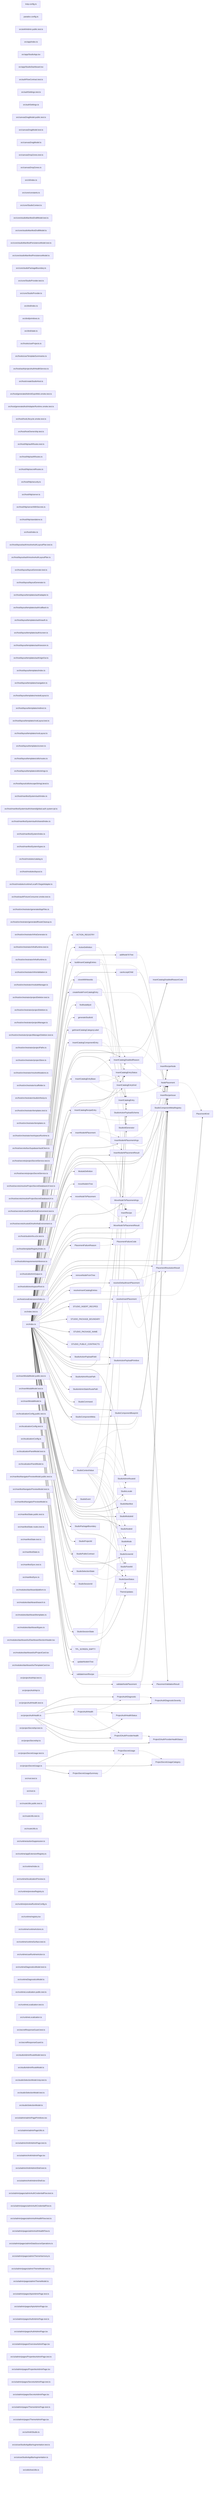
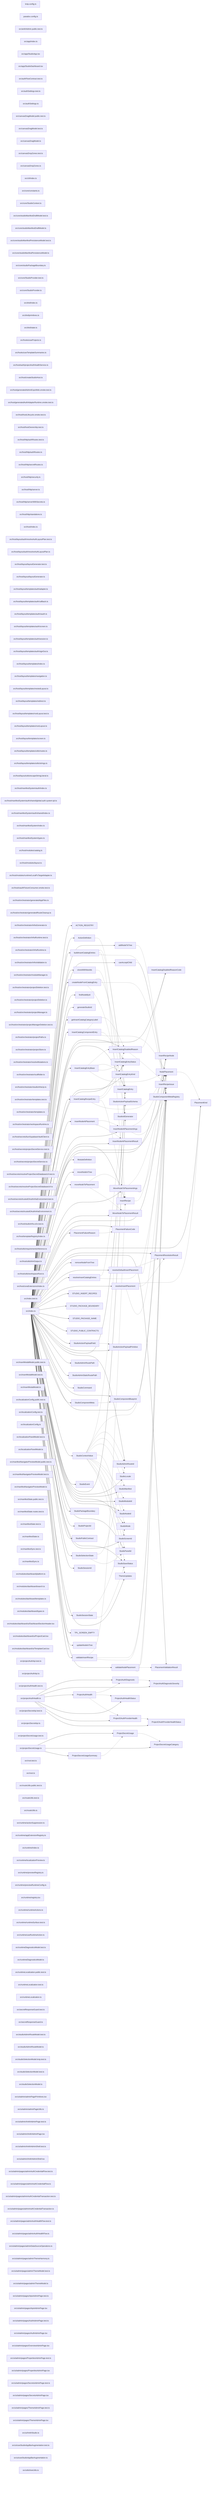
graph LR
  module_knip_config_ts["knip.config.ts"]
  module_paradox_config_ts["paradox.config.ts"]
  module_src_ankhAdmin_public_test_ts["src/ankhAdmin.public.test.ts"]
  module_src_app_index_ts["src/app/index.ts"]
  module_src_app_StudioApp_tsx["src/app/StudioApp.tsx"]
  module_src_app_StudioDashboard_tsx["src/app/StudioDashboard.tsx"]
  module_src_authFlowContract_test_ts["src/authFlowContract.test.ts"]
  module_src_authSettings_test_ts["src/authSettings.test.ts"]
  module_src_authSettings_ts["src/authSettings.ts"]
  module_src_canvasDragModel_public_test_ts["src/canvasDragModel.public.test.ts"]
  module_src_canvasDragModel_test_ts["src/canvasDragModel.test.ts"]
  module_src_canvasDragModel_ts["src/canvasDragModel.ts"]
  module_src_canvasDropZones_test_ts["src/canvasDropZones.test.ts"]
  module_src_canvasDropZones_ts["src/canvasDropZones.ts"]
  module_src_cli_index_ts["src/cli/index.ts"]
  module_src_core_constants_ts["src/core/constants.ts"]
  module_src_core_StudioContext_ts["src/core/StudioContext.ts"]
  module_src_core_studioManifestDraftModel_test_ts["src/core/studioManifestDraftModel.test.ts"]
  module_src_core_studioManifestDraftModel_ts["src/core/studioManifestDraftModel.ts"]
  module_src_core_studioManifestPersistenceModel_test_ts["src/core/studioManifestPersistenceModel.test.ts"]
  module_src_core_studioManifestPersistenceModel_ts["src/core/studioManifestPersistenceModel.ts"]
  module_src_core_studioPackageBoundary_ts["src/core/studioPackageBoundary.ts"]
  module_src_core_StudioProvider_test_ts["src/core/StudioProvider.test.ts"]
  module_src_core_StudioProvider_ts["src/core/StudioProvider.ts"]
  module_src_dnd_index_ts["src/dnd/index.ts"]
  module_src_dnd_primitives_ts["src/dnd/primitives.ts"]
  module_src_dnd_state_ts["src/dnd/state.ts"]
  module_src_hooks_useProjects_ts["src/hooks/useProjects.ts"]
  module_src_hooks_useTemplateSummaries_ts["src/hooks/useTemplateSummaries.ts"]
  module_src_host_auth_projectAuthHealthService_ts["src/host/auth/projectAuthHealthService.ts"]
  module_src_host_createStudioHost_ts["src/host/createStudioHost.ts"]
  module_src_host_generatedAdminExpoWeb_smoke_test_ts["src/host/generatedAdminExpoWeb.smoke.test.ts"]
  module_src_host_generatedAuthAdapterRuntime_smoke_test_ts["src/host/generatedAuthAdapterRuntime.smoke.test.ts"]
  module_src_host_hostLifecycle_smoke_test_ts["src/host/hostLifecycle.smoke.test.ts"]
  module_src_host_hostOwnership_test_ts["src/host/hostOwnership.test.ts"]
  module_src_host_http_authRoutes_test_ts["src/host/http/authRoutes.test.ts"]
  module_src_host_http_authRoutes_ts["src/host/http/authRoutes.ts"]
  module_src_host_http_secretRoutes_ts["src/host/http/secretRoutes.ts"]
  module_src_host_http_security_ts["src/host/http/security.ts"]
  module_src_host_http_server_ts["src/host/http/server.ts"]
  module_src_host_http_serverWithSecrets_ts["src/host/http/serverWithSecrets.ts"]
  module_src_host_http_standalone_ts["src/host/http/standalone.ts"]
  module_src_host_index_ts["src/host/index.ts"]
  module_src_host_layout_auth_resolveAuthLayoutPlan_test_ts["src/host/layout/auth/resolveAuthLayoutPlan.test.ts"]
  module_src_host_layout_auth_resolveAuthLayoutPlan_ts["src/host/layout/auth/resolveAuthLayoutPlan.ts"]
  module_src_host_layout_layoutGenerator_test_ts["src/host/layout/layoutGenerator.test.ts"]
  module_src_host_layout_layoutGenerator_ts["src/host/layout/layoutGenerator.ts"]
  module_src_host_layout_templates_auth_adapter_ts["src/host/layout/templates/auth/adapter.ts"]
  module_src_host_layout_templates_auth_callback_ts["src/host/layout/templates/auth/callback.ts"]
  module_src_host_layout_templates_auth_oauth_ts["src/host/layout/templates/auth/oauth.ts"]
  module_src_host_layout_templates_auth_screen_ts["src/host/layout/templates/auth/screen.ts"]
  module_src_host_layout_templates_auth_session_ts["src/host/layout/templates/auth/session.ts"]
  module_src_host_layout_templates_auth_signOut_ts["src/host/layout/templates/auth/signOut.ts"]
  module_src_host_layout_templates_index_ts["src/host/layout/templates/index.ts"]
  module_src_host_layout_templates_navigation_ts["src/host/layout/templates/navigation.ts"]
  module_src_host_layout_templates_nestedLayout_ts["src/host/layout/templates/nestedLayout.ts"]
  module_src_host_layout_templates_redirect_ts["src/host/layout/templates/redirect.ts"]
  module_src_host_layout_templates_rootLayout_test_ts["src/host/layout/templates/rootLayout.test.ts"]
  module_src_host_layout_templates_rootLayout_ts["src/host/layout/templates/rootLayout.ts"]
  module_src_host_layout_templates_screen_ts["src/host/layout/templates/screen.ts"]
  module_src_host_layout_templates_utils_routes_ts["src/host/layout/templates/utils/routes.ts"]
  module_src_host_layout_templates_utils_strings_ts["src/host/layout/templates/utils/strings.ts"]
  module_src_host_layout_utils_escapeStringLiteral_ts["src/host/layout/utils/escapeStringLiteral.ts"]
  module_src_host_manifestSystem_auth_index_ts["src/host/manifestSystem/auth/index.ts"]
  module_src_host_manifestSystem_auth_shared_global_auth_system_tpl_ts["src/host/manifestSystem/auth/shared/global.auth.system.tpl.ts"]
  module_src_host_manifestSystem_auth_shared_index_ts["src/host/manifestSystem/auth/shared/index.ts"]
  module_src_host_manifestSystem_index_ts["src/host/manifestSystem/index.ts"]
  module_src_host_manifestSystem_types_ts["src/host/manifestSystem/types.ts"]
  module_src_host_modules_catalog_ts["src/host/modules/catalog.ts"]
  module_src_host_modules_layout_ts["src/host/modules/layout.ts"]
  module_src_host_modules_runtime_LocalFsTargetAdapter_ts["src/host/modules/runtime/LocalFsTargetAdapter.ts"]
  module_src_host_oauthFixtureConsumer_smoke_test_ts["src/host/oauthFixtureConsumer.smoke.test.ts"]
  module_src_host_orchestrator_generatedAppFiles_ts["src/host/orchestrator/generatedAppFiles.ts"]
  module_src_host_orchestrator_generatedRouteCleanup_ts["src/host/orchestrator/generatedRouteCleanup.ts"]
  module_src_host_orchestrator_infraGenerator_ts["src/host/orchestrator/infraGenerator.ts"]
  module_src_host_orchestrator_infraRuntime_test_ts["src/host/orchestrator/infraRuntime.test.ts"]
  module_src_host_orchestrator_infraRuntime_ts["src/host/orchestrator/infraRuntime.ts"]
  module_src_host_orchestrator_infraValidation_ts["src/host/orchestrator/infraValidation.ts"]
  module_src_host_orchestrator_moduleManager_ts["src/host/orchestrator/moduleManager.ts"]
  module_src_host_orchestrator_projectDeletion_test_ts["src/host/orchestrator/projectDeletion.test.ts"]
  module_src_host_orchestrator_projectDeletion_ts["src/host/orchestrator/projectDeletion.ts"]
  module_src_host_orchestrator_projectManager_ts["src/host/orchestrator/projectManager.ts"]
  module_src_host_orchestrator_projectManagerDeletion_test_ts["src/host/orchestrator/projectManagerDeletion.test.ts"]
  module_src_host_orchestrator_projectPaths_ts["src/host/orchestrator/projectPaths.ts"]
  module_src_host_orchestrator_projectStore_ts["src/host/orchestrator/projectStore.ts"]
  module_src_host_orchestrator_resolveMutations_ts["src/host/orchestrator/resolveMutations.ts"]
  module_src_host_orchestrator_scaffolder_ts["src/host/orchestrator/scaffolder.ts"]
  module_src_host_orchestrator_studioInfraUp_ts["src/host/orchestrator/studioInfraUp.ts"]
  module_src_host_orchestrator_templates_test_ts["src/host/orchestrator/templates.test.ts"]
  module_src_host_orchestrator_templates_ts["src/host/orchestrator/templates.ts"]
  module_src_host_orchestrator_workspaceRuntime_ts["src/host/orchestrator/workspaceRuntime.ts"]
  module_src_host_secrets_bunSupabaseVaultClient_ts["src/host/secrets/bunSupabaseVaultClient.ts"]
  module_src_host_secrets_projectSecretService_test_ts["src/host/secrets/projectSecretService.test.ts"]
  module_src_host_secrets_projectSecretService_ts["src/host/secrets/projectSecretService.ts"]
  module_src_host_secrets_resolveProjectSecretDatabaseUrl_test_ts["src/host/secrets/resolveProjectSecretDatabaseUrl.test.ts"]
  module_src_host_secrets_resolveProjectSecretDatabaseUrl_ts["src/host/secrets/resolveProjectSecretDatabaseUrl.ts"]
  module_src_host_secrets_trustedOAuthInfraEnvironment_test_ts["src/host/secrets/trustedOAuthInfraEnvironment.test.ts"]
  module_src_host_secrets_trustedOAuthInfraEnvironment_ts["src/host/secrets/trustedOAuthInfraEnvironment.ts"]
  module_src_host_studioInfra_e2e_test_ts["src/host/studioInfra.e2e.test.ts"]
  module_src_host_templateRegistry_index_ts["src/host/templateRegistry/index.ts"]
  module_src_host_utils_requirementsInference_ts["src/host/utils/requirementsInference.ts"]
  module_src_host_utils_trimOutput_ts["src/host/utils/trimOutput.ts"]
  module_src_host_utils_workspaceRoot_ts["src/host/utils/workspaceRoot.ts"]
  module_src_host_zoraExtensions_index_ts["src/host/zoraExtensions/index.ts"]
  module_src_index_test_ts["src/index.test.ts"]
  module_src_index_ts["src/index.ts"]
  module_src_insertModalModel_public_test_ts["src/insertModalModel.public.test.ts"]
  module_src_insertModalModel_test_ts["src/insertModalModel.test.ts"]
  module_src_insertModalModel_ts["src/insertModalModel.ts"]
  module_src_localizationConfig_public_test_ts["src/localizationConfig.public.test.ts"]
  module_src_localizationConfig_test_ts["src/localizationConfig.test.ts"]
  module_src_localizationConfig_ts["src/localizationConfig.ts"]
  module_src_localizationPanelModel_test_ts["src/localizationPanelModel.test.ts"]
  module_src_localizationPanelModel_ts["src/localizationPanelModel.ts"]
  module_src_manifestNavigatorPreviewModel_public_test_ts["src/manifestNavigatorPreviewModel.public.test.ts"]
  module_src_manifestNavigatorPreviewModel_test_ts["src/manifestNavigatorPreviewModel.test.ts"]
  module_src_manifestNavigatorPreviewModel_ts["src/manifestNavigatorPreviewModel.ts"]
  module_src_manifestState_public_test_ts["src/manifestState.public.test.ts"]
  module_src_manifestState_routes_test_ts["src/manifestState.routes.test.ts"]
  module_src_manifestState_test_ts["src/manifestState.test.ts"]
  module_src_manifestState_ts["src/manifestState.ts"]
  module_src_manifestSync_test_ts["src/manifestSync.test.ts"]
  module_src_manifestSync_ts["src/manifestSync.ts"]
  module_src_modules_dashboard_platform_ts["src/modules/dashboard/platform.ts"]
  module_src_modules_dashboard_search_ts["src/modules/dashboard/search.ts"]
  module_src_modules_dashboard_templates_ts["src/modules/dashboard/templates.ts"]
  module_src_modules_dashboard_types_ts["src/modules/dashboard/types.ts"]
  module_src_modules_dashboard_ui_DashboardSectionHeader_tsx["src/modules/dashboard/ui/DashboardSectionHeader.tsx"]
  module_src_modules_dashboard_ui_ProjectCard_tsx["src/modules/dashboard/ui/ProjectCard.tsx"]
  module_src_modules_dashboard_ui_TemplateCard_tsx["src/modules/dashboard/ui/TemplateCard.tsx"]
  module_src_projectAuthApi_test_ts["src/projectAuthApi.test.ts"]
  module_src_projectAuthApi_ts["src/projectAuthApi.ts"]
  module_src_projectAuthHealth_test_ts["src/projectAuthHealth.test.ts"]
  module_src_projectAuthHealth_ts["src/projectAuthHealth.ts"]
  module_src_projectSecretApi_test_ts["src/projectSecretApi.test.ts"]
  module_src_projectSecretApi_ts["src/projectSecretApi.ts"]
  module_src_projectSecretUsage_test_ts["src/projectSecretUsage.test.ts"]
  module_src_projectSecretUsage_ts["src/projectSecretUsage.ts"]
  module_src_root_test_ts["src/root.test.ts"]
  module_src_root_ts["src/root.ts"]
  module_src_routeUtils_public_test_ts["src/routeUtils.public.test.ts"]
  module_src_routeUtils_test_ts["src/routeUtils.test.ts"]
  module_src_routeUtils_ts["src/routeUtils.ts"]
  module_src_runtime_actionSuppression_ts["src/runtime/actionSuppression.ts"]
  module_src_runtime_appExtensionRegistry_ts["src/runtime/appExtensionRegistry.ts"]
  module_src_runtime_index_ts["src/runtime/index.ts"]
  module_src_runtime_localizationPreview_ts["src/runtime/localizationPreview.ts"]
  module_src_runtime_previewRegistry_ts["src/runtime/previewRegistry.ts"]
  module_src_runtime_previewRuntimeConfig_ts["src/runtime/previewRuntimeConfig.ts"]
  module_src_runtime_registry_tsx["src/runtime/registry.tsx"]
  module_src_runtime_runtimeActions_ts["src/runtime/runtimeActions.ts"]
  module_src_runtime_runtimeSurface_test_ts["src/runtime/runtimeSurface.test.ts"]
  module_src_runtime_useRuntimeAction_ts["src/runtime/useRuntimeAction.ts"]
  module_src_runtimeDiagnosticsModel_test_ts["src/runtimeDiagnosticsModel.test.ts"]
  module_src_runtimeDiagnosticsModel_ts["src/runtimeDiagnosticsModel.ts"]
  module_src_runtimeLocalization_public_test_ts["src/runtimeLocalization.public.test.ts"]
  module_src_runtimeLocalization_test_ts["src/runtimeLocalization.test.ts"]
  module_src_runtimeLocalization_ts["src/runtimeLocalization.ts"]
  module_src_secretResponseGuard_test_ts["src/secretResponseGuard.test.ts"]
  module_src_secretResponseGuard_ts["src/secretResponseGuard.ts"]
  module_src_studioAdminRouteModel_test_ts["src/studioAdminRouteModel.test.ts"]
  module_src_studioAdminRouteModel_ts["src/studioAdminRouteModel.ts"]
  module_src_studioSelectionModel_knip_test_ts["src/studioSelectionModel.knip.test.ts"]
  module_src_studioSelectionModel_test_ts["src/studioSelectionModel.test.ts"]
  module_src_studioSelectionModel_ts["src/studioSelectionModel.ts"]
  module_src_ui_admin_adminPagePrimitives_tsx["src/ui/admin/adminPagePrimitives.tsx"]
  module_src_ui_admin_adminPageUtils_ts["src/ui/admin/adminPageUtils.ts"]
  module_src_ui_admin_AnkhAdminPage_test_ts["src/ui/admin/AnkhAdminPage.test.ts"]
  module_src_ui_admin_AnkhAdminPage_tsx["src/ui/admin/AnkhAdminPage.tsx"]
  module_src_ui_admin_AnkhAdminShell_test_ts["src/ui/admin/AnkhAdminShell.test.ts"]
  module_src_ui_admin_AnkhAdminShell_tsx["src/ui/admin/AnkhAdminShell.tsx"]
  module_src_ui_admin_pages_adminAuthCredentialFlow_test_ts["src/ui/admin/pages/adminAuthCredentialFlow.test.ts"]
  module_src_ui_admin_pages_adminAuthCredentialFlow_ts["src/ui/admin/pages/adminAuthCredentialFlow.ts"]
+   module_src_ui_admin_pages_adminAuthCredentialTransaction_test_ts["src/ui/admin/pages/adminAuthCredentialTransaction.test.ts"]
+   module_src_ui_admin_pages_adminAuthCredentialTransaction_ts["src/ui/admin/pages/adminAuthCredentialTransaction.ts"]
  module_src_ui_admin_pages_adminAuthHealthFlow_test_ts["src/ui/admin/pages/adminAuthHealthFlow.test.ts"]
  module_src_ui_admin_pages_adminAuthHealthFlow_ts["src/ui/admin/pages/adminAuthHealthFlow.ts"]
  module_src_ui_admin_pages_adminDataSourceOperations_ts["src/ui/admin/pages/adminDataSourceOperations.ts"]
  module_src_ui_admin_pages_adminThemeHarmony_ts["src/ui/admin/pages/adminThemeHarmony.ts"]
  module_src_ui_admin_pages_adminThemeModel_test_ts["src/ui/admin/pages/adminThemeModel.test.ts"]
  module_src_ui_admin_pages_adminThemeModel_ts["src/ui/admin/pages/adminThemeModel.ts"]
  module_src_ui_admin_pages_ApisAdminPage_test_ts["src/ui/admin/pages/ApisAdminPage.test.ts"]
  module_src_ui_admin_pages_ApisAdminPage_tsx["src/ui/admin/pages/ApisAdminPage.tsx"]
  module_src_ui_admin_pages_AuthAdminPage_test_ts["src/ui/admin/pages/AuthAdminPage.test.ts"]
  module_src_ui_admin_pages_AuthAdminPage_tsx["src/ui/admin/pages/AuthAdminPage.tsx"]
  module_src_ui_admin_pages_OverviewAdminPage_tsx["src/ui/admin/pages/OverviewAdminPage.tsx"]
  module_src_ui_admin_pages_PropertiesAdminPage_test_ts["src/ui/admin/pages/PropertiesAdminPage.test.ts"]
  module_src_ui_admin_pages_PropertiesAdminPage_tsx["src/ui/admin/pages/PropertiesAdminPage.tsx"]
  module_src_ui_admin_pages_SecretsAdminPage_test_ts["src/ui/admin/pages/SecretsAdminPage.test.ts"]
  module_src_ui_admin_pages_SecretsAdminPage_tsx["src/ui/admin/pages/SecretsAdminPage.tsx"]
  module_src_ui_admin_pages_ThemeAdminPage_test_ts["src/ui/admin/pages/ThemeAdminPage.test.ts"]
  module_src_ui_admin_pages_ThemeAdminPage_tsx["src/ui/admin/pages/ThemeAdminPage.tsx"]
  module_src_ui_AnkhStudio_ts["src/ui/AnkhStudio.ts"]
  module_src_ui_useStudioAppBarAugmentation_test_ts["src/ui/useStudioAppBarAugmentation.test.ts"]
  module_src_ui_useStudioAppBarAugmentation_ts["src/ui/useStudioAppBarAugmentation.ts"]
  module_src_utils_treeUtils_ts["src/utils/treeUtils.ts"]
  export_ACTION_REGISTRY["ACTION_REGISTRY"]
  module_src_index_ts --> export_ACTION_REGISTRY
  export_ActionDefinition["ActionDefinition"]
  module_src_index_ts --> export_ActionDefinition
  export_ActionDefinition -.-> export_StudioActionPayloadSchema
  export_addNodeToTree["addNodeToTree"]
  module_src_index_ts --> export_addNodeToTree
  export_addNodeToTree -.-> export_StudioComponentMetaRegistry
  export_buildInsertCatalogEntries["buildInsertCatalogEntries"]
  module_src_index_ts --> export_buildInsertCatalogEntries
  export_buildInsertCatalogEntries -.-> export_InsertCatalogEntry
  export_buildInsertCatalogEntries -.-> export_InsertRecipe
  export_buildInsertCatalogEntries -.-> export_StudioComponentMetaRegistry
  export_canAcceptChild["canAcceptChild"]
  module_src_index_ts --> export_canAcceptChild
  export_canAcceptChild -.-> export_StudioComponentMetaRegistry
  export_cloneWithNewIds["cloneWithNewIds"]
  module_src_index_ts --> export_cloneWithNewIds
  export_cloneWithNewIds -.-> export_StudioIdGenerator
  export_createNodeFromCatalogEntry["createNodeFromCatalogEntry"]
  module_src_index_ts --> export_createNodeFromCatalogEntry
  export_createNodeFromCatalogEntry -.-> export_InsertCatalogEntry
  export_createNodeFromCatalogEntry -.-> export_StudioComponentMetaRegistry
  export_createNodeFromCatalogEntry -.-> export_StudioIdGenerator
  export_findNodeById["findNodeById"]
  module_src_index_ts --> export_findNodeById
  export_generateStudioId["generateStudioId"]
  module_src_index_ts --> export_generateStudioId
  export_getInsertCatalogCategoryLabel["getInsertCatalogCategoryLabel"]
  module_src_index_ts --> export_getInsertCatalogCategoryLabel
  export_InsertCatalogComponentEntry["InsertCatalogComponentEntry"]
  module_src_index_ts --> export_InsertCatalogComponentEntry
  export_InsertCatalogComponentEntry -.-> export_InsertCatalogDisabledReason
  export_InsertCatalogComponentEntry -.-> export_InsertCatalogEntryStatus
  export_InsertCatalogComponentEntry -.-> export_NodePlacement
  export_InsertCatalogDisabledReason["InsertCatalogDisabledReason"]
  module_src_index_ts --> export_InsertCatalogDisabledReason
  export_InsertCatalogDisabledReason -.-> export_InsertCatalogDisabledReasonCode
  export_InsertCatalogDisabledReason -.-> export_InsertRecipeIssue
  export_InsertCatalogDisabledReasonCode["InsertCatalogDisabledReasonCode"]
  module_src_index_ts --> export_InsertCatalogDisabledReasonCode
  export_InsertCatalogEntry["InsertCatalogEntry"]
  module_src_index_ts --> export_InsertCatalogEntry
  export_InsertCatalogEntryBase["InsertCatalogEntryBase"]
  module_src_index_ts --> export_InsertCatalogEntryBase
  export_InsertCatalogEntryBase -.-> export_InsertCatalogDisabledReason
  export_InsertCatalogEntryBase -.-> export_InsertCatalogEntryKind
  export_InsertCatalogEntryBase -.-> export_InsertCatalogEntryStatus
  export_InsertCatalogEntryBase -.-> export_NodePlacement
  export_InsertCatalogEntryKind["InsertCatalogEntryKind"]
  module_src_index_ts --> export_InsertCatalogEntryKind
  export_InsertCatalogEntryStatus["InsertCatalogEntryStatus"]
  module_src_index_ts --> export_InsertCatalogEntryStatus
  export_InsertCatalogRecipeEntry["InsertCatalogRecipeEntry"]
  module_src_index_ts --> export_InsertCatalogRecipeEntry
  export_InsertCatalogRecipeEntry -.-> export_InsertCatalogDisabledReason
  export_InsertCatalogRecipeEntry -.-> export_InsertCatalogEntryStatus
  export_InsertCatalogRecipeEntry -.-> export_InsertRecipe
  export_InsertCatalogRecipeEntry -.-> export_NodePlacement
  export_insertNodeAtPlacement["insertNodeAtPlacement"]
  module_src_index_ts --> export_insertNodeAtPlacement
  export_insertNodeAtPlacement -.-> export_InsertNodeAtPlacementArgs
  export_insertNodeAtPlacement -.-> export_InsertNodeAtPlacementResult
  export_InsertNodeAtPlacementArgs["InsertNodeAtPlacementArgs"]
  module_src_index_ts --> export_InsertNodeAtPlacementArgs
  export_InsertNodeAtPlacementArgs -.-> export_NodePlacement
  export_InsertNodeAtPlacementArgs -.-> export_StudioComponentMetaRegistry
  export_InsertNodeAtPlacementResult["InsertNodeAtPlacementResult"]
  module_src_index_ts --> export_InsertNodeAtPlacementResult
  export_InsertRecipe["InsertRecipe"]
  module_src_index_ts --> export_InsertRecipe
  export_InsertRecipe -.-> export_InsertRecipeNode
  export_InsertRecipeIssue["InsertRecipeIssue"]
  module_src_index_ts --> export_InsertRecipeIssue
  export_InsertRecipeNode["InsertRecipeNode"]
  module_src_index_ts --> export_InsertRecipeNode
  export_ModuleDefinition["ModuleDefinition"]
  module_src_index_ts --> export_ModuleDefinition
  export_moveNodeInTree["moveNodeInTree"]
  module_src_index_ts --> export_moveNodeInTree
  export_moveNodeToPlacement["moveNodeToPlacement"]
  module_src_index_ts --> export_moveNodeToPlacement
  export_moveNodeToPlacement -.-> export_MoveNodeToPlacementArgs
  export_moveNodeToPlacement -.-> export_MoveNodeToPlacementResult
  export_MoveNodeToPlacementArgs["MoveNodeToPlacementArgs"]
  module_src_index_ts --> export_MoveNodeToPlacementArgs
  export_MoveNodeToPlacementArgs -.-> export_NodePlacement
  export_MoveNodeToPlacementArgs -.-> export_StudioComponentMetaRegistry
  export_MoveNodeToPlacementResult["MoveNodeToPlacementResult"]
  module_src_index_ts --> export_MoveNodeToPlacementResult
  export_NodePlacement["NodePlacement"]
  module_src_index_ts --> export_NodePlacement
  export_NodePlacement -.-> export_PlacementKind
  export_PlacementFailureCode["PlacementFailureCode"]
  module_src_index_ts --> export_PlacementFailureCode
  export_PlacementFailureReason["PlacementFailureReason"]
  module_src_index_ts --> export_PlacementFailureReason
  export_PlacementFailureReason -.-> export_PlacementFailureCode
  export_PlacementKind["PlacementKind"]
  module_src_index_ts --> export_PlacementKind
  export_PlacementResolutionResult["PlacementResolutionResult"]
  module_src_index_ts --> export_PlacementResolutionResult
  export_PlacementValidationResult["PlacementValidationResult"]
  module_src_index_ts --> export_PlacementValidationResult
  export_ProjectAuthDiagnostic["ProjectAuthDiagnostic"]
  module_src_projectAuthHealth_ts --> export_ProjectAuthDiagnostic
  export_ProjectAuthDiagnostic -.-> export_ProjectAuthDiagnosticSeverity
  export_ProjectAuthDiagnosticSeverity["ProjectAuthDiagnosticSeverity"]
  module_src_projectAuthHealth_ts --> export_ProjectAuthDiagnosticSeverity
  export_ProjectAuthHealth["ProjectAuthHealth"]
  module_src_projectAuthHealth_ts --> export_ProjectAuthHealth
  export_ProjectAuthHealth -.-> export_ProjectAuthDiagnostic
  export_ProjectAuthHealth -.-> export_ProjectAuthHealthStatus
  export_ProjectAuthHealth -.-> export_ProjectOAuthProviderHealth
  export_ProjectAuthHealthStatus["ProjectAuthHealthStatus"]
  module_src_projectAuthHealth_ts --> export_ProjectAuthHealthStatus
  export_ProjectOAuthProviderHealth["ProjectOAuthProviderHealth"]
  module_src_projectAuthHealth_ts --> export_ProjectOAuthProviderHealth
  export_ProjectOAuthProviderHealth -.-> export_ProjectOAuthProviderHealthStatus
  export_ProjectOAuthProviderHealthStatus["ProjectOAuthProviderHealthStatus"]
  module_src_projectAuthHealth_ts --> export_ProjectOAuthProviderHealthStatus
  export_ProjectSecretUsage["ProjectSecretUsage"]
  module_src_projectSecretUsage_ts --> export_ProjectSecretUsage
  export_ProjectSecretUsage -.-> export_ProjectSecretUsageCategory
  export_ProjectSecretUsageCategory["ProjectSecretUsageCategory"]
  module_src_projectSecretUsage_ts --> export_ProjectSecretUsageCategory
  export_ProjectSecretUsageSummary["ProjectSecretUsageSummary"]
  module_src_projectSecretUsage_ts --> export_ProjectSecretUsageSummary
  export_ProjectSecretUsageSummary -.-> export_ProjectSecretUsage
  export_removeNodeFromTree["removeNodeFromTree"]
  module_src_index_ts --> export_removeNodeFromTree
  export_resolveDefaultInsertPlacement["resolveDefaultInsertPlacement"]
  module_src_index_ts --> export_resolveDefaultInsertPlacement
  export_resolveDefaultInsertPlacement -.-> export_PlacementResolutionResult
  export_resolveDefaultInsertPlacement -.-> export_StudioComponentMetaRegistry
  export_resolveInsertCatalogEntries["resolveInsertCatalogEntries"]
  module_src_index_ts --> export_resolveInsertCatalogEntries
  export_resolveInsertCatalogEntries -.-> export_InsertCatalogEntry
  export_resolveInsertCatalogEntries -.-> export_StudioComponentMetaRegistry
  export_resolveInsertPlacement["resolveInsertPlacement"]
  module_src_index_ts --> export_resolveInsertPlacement
  export_resolveInsertPlacement -.-> export_PlacementKind
  export_resolveInsertPlacement -.-> export_PlacementResolutionResult
  export_resolveInsertPlacement -.-> export_StudioComponentMetaRegistry
  export_STUDIO_INSERT_RECIPES["STUDIO_INSERT_RECIPES"]
  module_src_index_ts --> export_STUDIO_INSERT_RECIPES
  export_STUDIO_PACKAGE_BOUNDARY["STUDIO_PACKAGE_BOUNDARY"]
  module_src_index_ts --> export_STUDIO_PACKAGE_BOUNDARY
  export_STUDIO_PACKAGE_NAME["STUDIO_PACKAGE_NAME"]
  module_src_index_ts --> export_STUDIO_PACKAGE_NAME
  export_STUDIO_PUBLIC_CONTRACTS["STUDIO_PUBLIC_CONTRACTS"]
  module_src_index_ts --> export_STUDIO_PUBLIC_CONTRACTS
  export_StudioActionPayloadField["StudioActionPayloadField"]
  module_src_index_ts --> export_StudioActionPayloadField
  export_StudioActionPayloadField -.-> export_StudioActionPayloadPrimitive
  export_StudioActionPayloadPrimitive["StudioActionPayloadPrimitive"]
  module_src_index_ts --> export_StudioActionPayloadPrimitive
  export_StudioActionPayloadSchema["StudioActionPayloadSchema"]
  module_src_index_ts --> export_StudioActionPayloadSchema
  export_StudioAdminRouteId["StudioAdminRouteId"]
  module_src_index_ts --> export_StudioAdminRouteId
  export_StudioAdminRoutePath["StudioAdminRoutePath"]
  module_src_index_ts --> export_StudioAdminRoutePath
  export_StudioAdminStaticRoutePath["StudioAdminStaticRoutePath"]
  module_src_index_ts --> export_StudioAdminStaticRoutePath
  export_StudioCommand["StudioCommand"]
  module_src_index_ts --> export_StudioCommand
  export_StudioComponentBlueprint["StudioComponentBlueprint"]
  module_src_index_ts --> export_StudioComponentBlueprint
  export_StudioComponentMeta["StudioComponentMeta"]
  module_src_index_ts --> export_StudioComponentMeta
  export_StudioComponentMeta -.-> export_StudioComponentBlueprint
  export_StudioComponentMetaRegistry["StudioComponentMetaRegistry"]
  module_src_index_ts --> export_StudioComponentMetaRegistry
  export_StudioContextValue["StudioContextValue"]
  module_src_index_ts --> export_StudioContextValue
  export_StudioContextValue -.-> export_InsertCatalogEntry
  export_StudioContextValue -.-> export_NodePlacement
  export_StudioContextValue -.-> export_StudioAdminRouteId
  export_StudioContextValue -.-> export_StudioLocale
  export_StudioContextValue -.-> export_StudioManifest
  export_StudioContextValue -.-> export_StudioMode
  export_StudioContextValue -.-> export_StudioModuleId
  export_StudioContextValue -.-> export_StudioNodeId
  export_StudioContextValue -.-> export_StudioPanelId
  export_StudioContextValue -.-> export_StudioSaveStatus
  export_StudioContextValue -.-> export_StudioScreenId
  export_StudioContextValue -.-> export_ThemeUpdates
  export_StudioEvent["StudioEvent"]
  module_src_index_ts --> export_StudioEvent
  export_StudioIdGenerator["StudioIdGenerator"]
  module_src_index_ts --> export_StudioIdGenerator
  export_StudioLocale["StudioLocale"]
  module_src_index_ts --> export_StudioLocale
  export_StudioManifest["StudioManifest"]
  module_src_index_ts --> export_StudioManifest
  export_StudioMode["StudioMode"]
  module_src_index_ts --> export_StudioMode
  export_StudioModuleId["StudioModuleId"]
  module_src_index_ts --> export_StudioModuleId
  export_StudioNodeId["StudioNodeId"]
  module_src_index_ts --> export_StudioNodeId
  export_StudioPackageBoundary["StudioPackageBoundary"]
  module_src_index_ts --> export_StudioPackageBoundary
  export_StudioPanelId["StudioPanelId"]
  module_src_index_ts --> export_StudioPanelId
  export_StudioProjectId["StudioProjectId"]
  module_src_index_ts --> export_StudioProjectId
  export_StudioPublicContract["StudioPublicContract"]
  module_src_index_ts --> export_StudioPublicContract
  export_StudioSaveStatus["StudioSaveStatus"]
  module_src_index_ts --> export_StudioSaveStatus
  export_StudioScreenId["StudioScreenId"]
  module_src_index_ts --> export_StudioScreenId
  export_StudioSelectionState["StudioSelectionState"]
  module_src_index_ts --> export_StudioSelectionState
  export_StudioSelectionState -.-> export_StudioAdminRouteId
  export_StudioSelectionState -.-> export_StudioPanelId
  export_StudioSessionId["StudioSessionId"]
  module_src_index_ts --> export_StudioSessionId
  export_StudioSessionState["StudioSessionState"]
  module_src_index_ts --> export_StudioSessionState
  export_StudioSessionState -.-> export_StudioMode
  export_StudioSessionState -.-> export_StudioSaveStatus
  export_ThemeUpdates["ThemeUpdates"]
  module_src_index_ts --> export_ThemeUpdates
  export_TPL_SCREEN_EMPTY["TPL_SCREEN_EMPTY"]
  module_src_index_ts --> export_TPL_SCREEN_EMPTY
  export_updateNodeInTree["updateNodeInTree"]
  module_src_index_ts --> export_updateNodeInTree
  export_validateInsertRecipe["validateInsertRecipe"]
  module_src_index_ts --> export_validateInsertRecipe
  export_validateInsertRecipe -.-> export_InsertRecipe
  export_validateInsertRecipe -.-> export_InsertRecipeIssue
  export_validateInsertRecipe -.-> export_StudioComponentMetaRegistry
  export_validateNodePlacement["validateNodePlacement"]
  module_src_index_ts --> export_validateNodePlacement
  export_validateNodePlacement -.-> export_NodePlacement
  export_validateNodePlacement -.-> export_PlacementValidationResult
  export_validateNodePlacement -.-> export_StudioComponentMetaRegistry
